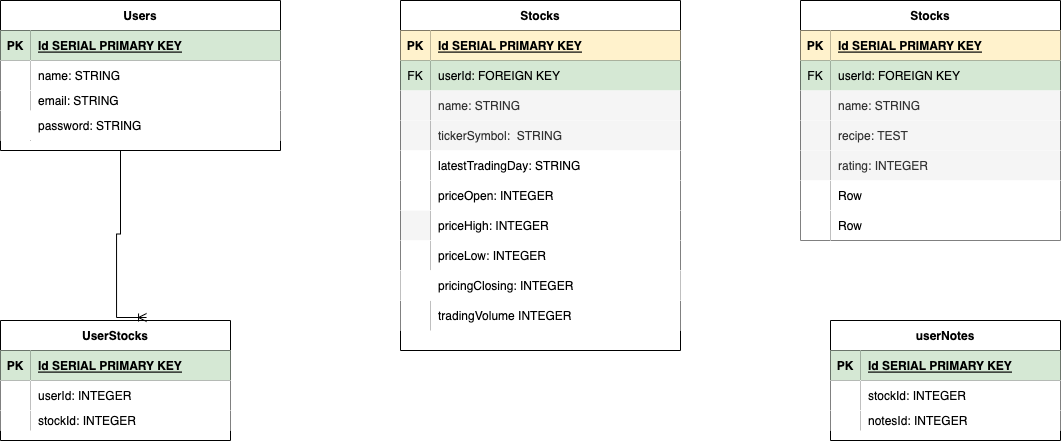
The draw.io diagram ERD.drawio.png in Professorsurf/Project-2, before a commit. Source tidied: cells renumbered, new cells last; positions are measured from the earlier drawing's top-left corner, leaving out a move shared by most shapes.
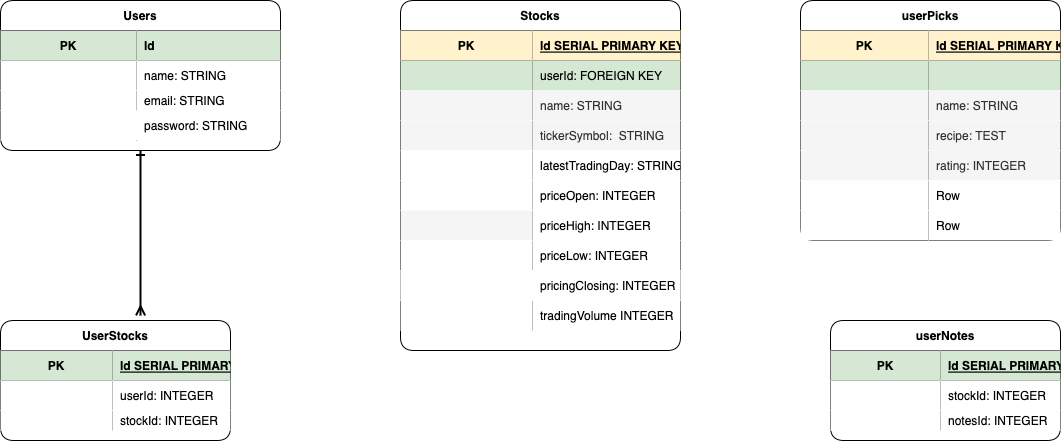
After the commit.

What changed in the source:
```diff
@@ -1,2 +1,2 @@
-<mxGraphModel>
+<mxGraphModel background="#FFFFFF">
   <root>
@@ -4,3 +4,6 @@
     <mxCell id="1" parent="0" />
+    <mxCell id="89" style="edgeStyle=orthogonalEdgeStyle;rounded=0;jettySize=auto;html=1;exitX=0.5;exitY=1;exitDx=0;exitDy=0;entryX=0.609;entryY=-0.042;entryDx=0;entryDy=0;entryPerimeter=0;strokeWidth=2;endArrow=ERmany;endFill=0;startArrow=ERone;startFill=0;" parent="1" edge="1" source="2" target="46">
+      <mxGeometry relative="1" as="geometry" />
+    </mxCell>
-    <mxCell id="2" value="Users" style="shape=table;startSize=30;rowLines=0;fontStyle=1;align=center;rounded=0;" parent="1" vertex="1">
+    <mxCell id="2" value="Users" style="shape=table;startSize=30;rowLines=0;fontStyle=1;align=center;rounded=1;" parent="1" vertex="1">
       <mxGeometry width="280" height="150" as="geometry" />
@@ -11,6 +14,6 @@
     <mxCell id="4" value="PK" style="shape=partialRectangle;fillColor=#d5e8d4;top=0;left=0;bottom=0;right=0;fontStyle=1;overflow=hidden;strokeColor=#82b366;rounded=0;" parent="3" vertex="1">
-      <mxGeometry width="30" height="30" as="geometry" />
+      <mxGeometry width="136" height="30" as="geometry" />
     </mxCell>
-    <mxCell id="5" value="Id SERIAL PRIMARY KEY" style="shape=partialRectangle;fillColor=#d5e8d4;top=0;left=0;bottom=0;right=0;align=left;spacingLeft=6;fontStyle=5;overflow=hidden;strokeColor=#82b366;rounded=0;" parent="3" vertex="1">
-      <mxGeometry x="30" width="250" height="30" as="geometry" />
+    <mxCell id="5" value="Id" style="shape=partialRectangle;fillColor=#d5e8d4;top=0;left=0;bottom=0;right=0;align=left;spacingLeft=6;fontStyle=1;overflow=hidden;strokeColor=#82b366;rounded=0;" parent="3" vertex="1">
+      <mxGeometry x="136" width="144" height="30" as="geometry" />
     </mxCell>
@@ -20,6 +23,6 @@
     <mxCell id="7" style="shape=partialRectangle;top=0;left=0;bottom=0;right=0;overflow=hidden;" parent="6" vertex="1">
-      <mxGeometry width="30" height="30" as="geometry" />
+      <mxGeometry width="136" height="30" as="geometry" />
     </mxCell>
     <mxCell id="8" value="name: STRING" style="shape=partialRectangle;top=0;left=0;bottom=0;right=0;align=left;spacingLeft=6;overflow=hidden;" parent="6" vertex="1">
-      <mxGeometry x="30" width="250" height="30" as="geometry" />
+      <mxGeometry x="136" width="144" height="30" as="geometry" />
     </mxCell>
@@ -29,6 +32,6 @@
     <mxCell id="10" style="shape=partialRectangle;top=0;left=0;bottom=0;right=0;overflow=hidden;rounded=0;" parent="9" vertex="1">
-      <mxGeometry width="30" height="20" as="geometry" />
+      <mxGeometry width="136" height="20" as="geometry" />
     </mxCell>
     <mxCell id="11" value="email: STRING" style="shape=partialRectangle;top=0;left=0;bottom=0;right=0;align=left;spacingLeft=6;overflow=hidden;rounded=0;" parent="9" vertex="1">
-      <mxGeometry x="30" width="250" height="20" as="geometry" />
+      <mxGeometry x="136" width="144" height="20" as="geometry" />
     </mxCell>
@@ -38,8 +41,8 @@
     <mxCell id="13" style="shape=partialRectangle;fillColor=none;top=0;left=0;bottom=0;right=0;overflow=hidden;rounded=0;" parent="12" vertex="1">
-      <mxGeometry width="30" height="30" as="geometry" />
+      <mxGeometry width="136" height="30" as="geometry" />
     </mxCell>
     <mxCell id="14" value="password: STRING" style="shape=partialRectangle;fillColor=none;top=0;left=0;bottom=0;right=0;align=left;spacingLeft=6;overflow=hidden;rounded=0;" parent="12" vertex="1">
-      <mxGeometry x="30" width="250" height="30" as="geometry" />
+      <mxGeometry x="136" width="144" height="30" as="geometry" />
     </mxCell>
-    <mxCell id="15" value="Stocks" style="shape=table;startSize=30;rowLines=0;fontStyle=1;align=center;rounded=0;" parent="1" vertex="1">
+    <mxCell id="15" value="Stocks" style="shape=table;startSize=30;rowLines=0;fontStyle=1;align=center;rounded=1;shadow=0;" parent="1" vertex="1">
       <mxGeometry x="400" width="280" height="350" as="geometry" />
@@ -50,6 +53,6 @@
     <mxCell id="17" value="PK" style="shape=partialRectangle;fillColor=#fff2cc;top=0;left=0;bottom=0;right=0;fontStyle=1;overflow=hidden;strokeColor=#d6b656;rounded=0;" parent="16" vertex="1">
-      <mxGeometry width="30" height="30" as="geometry" />
+      <mxGeometry width="132" height="30" as="geometry" />
     </mxCell>
     <mxCell id="18" value="Id SERIAL PRIMARY KEY" style="shape=partialRectangle;fillColor=#fff2cc;top=0;left=0;bottom=0;right=0;align=left;spacingLeft=6;fontStyle=5;overflow=hidden;strokeColor=#d6b656;rounded=0;" parent="16" vertex="1">
-      <mxGeometry x="30" width="250" height="30" as="geometry" />
+      <mxGeometry x="132" width="148" height="30" as="geometry" />
     </mxCell>
@@ -58,7 +61,7 @@
     </mxCell>
-    <mxCell id="20" value="FK" style="shape=partialRectangle;fillColor=#d5e8d4;top=0;left=0;bottom=0;right=0;fontStyle=0;overflow=hidden;strokeColor=#82b366;rounded=0;" parent="19" vertex="1">
-      <mxGeometry width="30" height="30" as="geometry" />
+    <mxCell id="20" style="shape=partialRectangle;fillColor=#d5e8d4;top=0;left=0;bottom=0;right=0;fontStyle=0;overflow=hidden;strokeColor=#82b366;rounded=0;" parent="19" vertex="1">
+      <mxGeometry width="132" height="30" as="geometry" />
     </mxCell>
     <mxCell id="21" value="userId: FOREIGN KEY" style="shape=partialRectangle;fillColor=#d5e8d4;top=0;left=0;bottom=0;right=0;align=left;spacingLeft=6;fontStyle=0;overflow=hidden;strokeColor=#82b366;rounded=0;" parent="19" vertex="1">
-      <mxGeometry x="30" width="250" height="30" as="geometry" />
+      <mxGeometry x="132" width="148" height="30" as="geometry" />
     </mxCell>
@@ -68,6 +71,6 @@
     <mxCell id="23" style="shape=partialRectangle;fillColor=#f5f5f5;top=0;left=0;bottom=0;right=0;overflow=hidden;fontColor=#333333;strokeColor=#666666;rounded=0;" parent="22" vertex="1">
-      <mxGeometry width="30" height="30" as="geometry" />
+      <mxGeometry width="132" height="30" as="geometry" />
     </mxCell>
     <mxCell id="24" value="name: STRING" style="shape=partialRectangle;fillColor=#f5f5f5;top=0;left=0;bottom=0;right=0;align=left;spacingLeft=6;overflow=hidden;fontColor=#333333;strokeColor=#666666;rounded=0;" parent="22" vertex="1">
-      <mxGeometry x="30" width="250" height="30" as="geometry" />
+      <mxGeometry x="132" width="148" height="30" as="geometry" />
     </mxCell>
@@ -77,6 +80,6 @@
     <mxCell id="26" style="shape=partialRectangle;fillColor=#f5f5f5;top=0;left=0;bottom=0;right=0;overflow=hidden;fontColor=#333333;strokeColor=#666666;rounded=0;" parent="25" vertex="1">
-      <mxGeometry width="30" height="30" as="geometry" />
+      <mxGeometry width="132" height="30" as="geometry" />
     </mxCell>
     <mxCell id="27" value="tickerSymbol:  STRING" style="shape=partialRectangle;fillColor=#f5f5f5;top=0;left=0;bottom=0;right=0;align=left;spacingLeft=6;overflow=hidden;fontColor=#333333;strokeColor=#666666;rounded=0;" parent="25" vertex="1">
-      <mxGeometry x="30" width="250" height="30" as="geometry" />
+      <mxGeometry x="132" width="148" height="30" as="geometry" />
     </mxCell>
@@ -86,6 +89,6 @@
     <mxCell id="29" style="shape=partialRectangle;top=0;left=0;bottom=0;right=0;overflow=hidden;rounded=0;" parent="28" vertex="1">
-      <mxGeometry width="30" height="30" as="geometry" />
+      <mxGeometry width="132" height="30" as="geometry" />
     </mxCell>
     <mxCell id="30" value="latestTradingDay: STRING" style="shape=partialRectangle;top=0;left=0;bottom=0;right=0;align=left;spacingLeft=6;overflow=hidden;rounded=0;" parent="28" vertex="1">
-      <mxGeometry x="30" width="250" height="30" as="geometry" />
+      <mxGeometry x="132" width="148" height="30" as="geometry" />
     </mxCell>
@@ -95,6 +98,6 @@
     <mxCell id="32" style="shape=partialRectangle;top=0;left=0;bottom=0;right=0;overflow=hidden;" parent="31" vertex="1">
-      <mxGeometry width="30" height="30" as="geometry" />
+      <mxGeometry width="132" height="30" as="geometry" />
     </mxCell>
     <mxCell id="33" value="priceOpen: INTEGER" style="shape=partialRectangle;top=0;left=0;bottom=0;right=0;align=left;spacingLeft=6;overflow=hidden;" parent="31" vertex="1">
-      <mxGeometry x="30" width="250" height="30" as="geometry" />
+      <mxGeometry x="132" width="148" height="30" as="geometry" />
     </mxCell>
@@ -104,6 +107,6 @@
     <mxCell id="35" style="shape=partialRectangle;fillColor=#f5f5f5;top=0;left=0;bottom=0;right=0;overflow=hidden;fontColor=#333333;strokeColor=#666666;rounded=0;" parent="34" vertex="1">
-      <mxGeometry width="30" height="30" as="geometry" />
+      <mxGeometry width="132" height="30" as="geometry" />
     </mxCell>
     <mxCell id="36" value="priceHigh: INTEGER" style="shape=partialRectangle;top=0;left=0;bottom=0;right=0;align=left;spacingLeft=6;overflow=hidden;rounded=0;" parent="34" vertex="1">
-      <mxGeometry x="30" width="250" height="30" as="geometry" />
+      <mxGeometry x="132" width="148" height="30" as="geometry" />
     </mxCell>
@@ -113,6 +116,6 @@
     <mxCell id="38" style="shape=partialRectangle;top=0;left=0;bottom=0;right=0;overflow=hidden;rounded=0;" parent="37" vertex="1">
-      <mxGeometry width="30" height="30" as="geometry" />
+      <mxGeometry width="132" height="30" as="geometry" />
     </mxCell>
     <mxCell id="39" value="priceLow: INTEGER" style="shape=partialRectangle;top=0;left=0;bottom=0;right=0;align=left;spacingLeft=6;overflow=hidden;rounded=0;" parent="37" vertex="1">
-      <mxGeometry x="30" width="250" height="30" as="geometry" />
+      <mxGeometry x="132" width="148" height="30" as="geometry" />
     </mxCell>
@@ -122,6 +125,6 @@
     <mxCell id="41" style="shape=partialRectangle;top=0;left=0;bottom=0;right=0;overflow=hidden;" parent="40" vertex="1">
-      <mxGeometry width="30" height="30" as="geometry" />
+      <mxGeometry width="132" height="30" as="geometry" />
     </mxCell>
     <mxCell id="42" value="pricingClosing: INTEGER" style="shape=partialRectangle;top=0;left=0;bottom=0;right=0;align=left;spacingLeft=6;overflow=hidden;" parent="40" vertex="1">
-      <mxGeometry x="30" width="250" height="30" as="geometry" />
+      <mxGeometry x="132" width="148" height="30" as="geometry" />
     </mxCell>
@@ -131,8 +134,8 @@
     <mxCell id="44" style="shape=partialRectangle;top=0;left=0;bottom=0;right=0;overflow=hidden;" parent="43" vertex="1">
-      <mxGeometry width="30" height="30" as="geometry" />
+      <mxGeometry width="132" height="30" as="geometry" />
     </mxCell>
     <mxCell id="45" value="tradingVolume INTEGER" style="shape=partialRectangle;top=0;left=0;bottom=0;right=0;align=left;spacingLeft=6;overflow=hidden;" parent="43" vertex="1">
-      <mxGeometry x="30" width="250" height="30" as="geometry" />
+      <mxGeometry x="132" width="148" height="30" as="geometry" />
     </mxCell>
-    <mxCell id="46" value="UserStocks" style="shape=table;startSize=30;rowLines=0;fontStyle=1;align=center;rounded=0;" parent="1" vertex="1">
+    <mxCell id="46" value="UserStocks" style="shape=table;startSize=30;rowLines=0;fontStyle=1;align=center;rounded=1;fillColor=none;" parent="1" vertex="1">
       <mxGeometry y="320" width="230" height="120" as="geometry" />
@@ -143,6 +146,6 @@
     <mxCell id="48" value="PK" style="shape=partialRectangle;fillColor=#d5e8d4;top=0;left=0;bottom=0;right=0;fontStyle=1;overflow=hidden;strokeColor=#82b366;rounded=0;" parent="47" vertex="1">
-      <mxGeometry width="30" height="30" as="geometry" />
+      <mxGeometry width="112" height="30" as="geometry" />
     </mxCell>
     <mxCell id="49" value="Id SERIAL PRIMARY KEY" style="shape=partialRectangle;fillColor=#d5e8d4;top=0;left=0;bottom=0;right=0;align=left;spacingLeft=6;fontStyle=5;overflow=hidden;strokeColor=#82b366;rounded=0;" parent="47" vertex="1">
-      <mxGeometry x="30" width="200" height="30" as="geometry" />
+      <mxGeometry x="112" width="118" height="30" as="geometry" />
     </mxCell>
@@ -152,6 +155,6 @@
     <mxCell id="51" style="shape=partialRectangle;top=0;left=0;bottom=0;right=0;overflow=hidden;" parent="50" vertex="1">
-      <mxGeometry width="30" height="30" as="geometry" />
+      <mxGeometry width="112" height="30" as="geometry" />
     </mxCell>
     <mxCell id="52" value="userId: INTEGER" style="shape=partialRectangle;top=0;left=0;bottom=0;right=0;align=left;spacingLeft=6;overflow=hidden;" parent="50" vertex="1">
-      <mxGeometry x="30" width="200" height="30" as="geometry" />
+      <mxGeometry x="112" width="118" height="30" as="geometry" />
     </mxCell>
@@ -161,8 +164,8 @@
     <mxCell id="54" style="shape=partialRectangle;top=0;left=0;bottom=0;right=0;overflow=hidden;rounded=0;" parent="53" vertex="1">
-      <mxGeometry width="30" height="20" as="geometry" />
+      <mxGeometry width="112" height="20" as="geometry" />
     </mxCell>
     <mxCell id="55" value="stockId: INTEGER" style="shape=partialRectangle;top=0;left=0;bottom=0;right=0;align=left;spacingLeft=6;overflow=hidden;rounded=0;" parent="53" vertex="1">
-      <mxGeometry x="30" width="200" height="20" as="geometry" />
+      <mxGeometry x="112" width="118" height="20" as="geometry" />
     </mxCell>
-    <mxCell id="56" value="userNotes" style="shape=table;startSize=30;rowLines=0;fontStyle=1;align=center;rounded=0;" parent="1" vertex="1">
+    <mxCell id="56" value="userNotes" style="shape=table;startSize=30;rowLines=0;fontStyle=1;align=center;rounded=1;" parent="1" vertex="1">
       <mxGeometry x="830" y="320" width="230" height="120" as="geometry" />
@@ -173,6 +176,6 @@
     <mxCell id="58" value="PK" style="shape=partialRectangle;fillColor=#d5e8d4;top=0;left=0;bottom=0;right=0;fontStyle=1;overflow=hidden;strokeColor=#82b366;rounded=0;" parent="57" vertex="1">
-      <mxGeometry width="30" height="30" as="geometry" />
+      <mxGeometry width="110" height="30" as="geometry" />
     </mxCell>
     <mxCell id="59" value="Id SERIAL PRIMARY KEY" style="shape=partialRectangle;fillColor=#d5e8d4;top=0;left=0;bottom=0;right=0;align=left;spacingLeft=6;fontStyle=5;overflow=hidden;strokeColor=#82b366;rounded=0;" parent="57" vertex="1">
-      <mxGeometry x="30" width="200" height="30" as="geometry" />
+      <mxGeometry x="110" width="120" height="30" as="geometry" />
     </mxCell>
@@ -182,6 +185,6 @@
     <mxCell id="61" style="shape=partialRectangle;top=0;left=0;bottom=0;right=0;overflow=hidden;" parent="60" vertex="1">
-      <mxGeometry width="30" height="30" as="geometry" />
+      <mxGeometry width="110" height="30" as="geometry" />
     </mxCell>
     <mxCell id="62" value="stockId: INTEGER" style="shape=partialRectangle;top=0;left=0;bottom=0;right=0;align=left;spacingLeft=6;overflow=hidden;" parent="60" vertex="1">
-      <mxGeometry x="30" width="200" height="30" as="geometry" />
+      <mxGeometry x="110" width="120" height="30" as="geometry" />
     </mxCell>
@@ -191,8 +194,8 @@
     <mxCell id="64" style="shape=partialRectangle;top=0;left=0;bottom=0;right=0;overflow=hidden;rounded=0;" parent="63" vertex="1">
-      <mxGeometry width="30" height="20" as="geometry" />
+      <mxGeometry width="110" height="20" as="geometry" />
     </mxCell>
     <mxCell id="65" value="notesId: INTEGER" style="shape=partialRectangle;top=0;left=0;bottom=0;right=0;align=left;spacingLeft=6;overflow=hidden;rounded=0;" parent="63" vertex="1">
-      <mxGeometry x="30" width="200" height="20" as="geometry" />
+      <mxGeometry x="110" width="120" height="20" as="geometry" />
     </mxCell>
-    <mxCell id="66" value="Stocks" style="shape=table;startSize=30;rowLines=0;fontStyle=1;align=center;rounded=0;" parent="1" vertex="1">
+    <mxCell id="66" value="userPicks" style="shape=table;startSize=30;rowLines=0;fontStyle=1;align=center;rounded=1;swimlaneLine=1;" parent="1" vertex="1">
       <mxGeometry x="800" width="260" height="240" as="geometry" />
@@ -203,6 +206,6 @@
     <mxCell id="68" value="PK" style="shape=partialRectangle;fillColor=#fff2cc;top=0;left=0;bottom=0;right=0;fontStyle=1;overflow=hidden;strokeColor=#d6b656;rounded=0;" parent="67" vertex="1">
-      <mxGeometry width="30" height="30" as="geometry" />
+      <mxGeometry width="128" height="30" as="geometry" />
     </mxCell>
     <mxCell id="69" value="Id SERIAL PRIMARY KEY" style="shape=partialRectangle;fillColor=#fff2cc;top=0;left=0;bottom=0;right=0;align=left;spacingLeft=6;fontStyle=5;overflow=hidden;strokeColor=#d6b656;rounded=0;" parent="67" vertex="1">
-      <mxGeometry x="30" width="230" height="30" as="geometry" />
+      <mxGeometry x="128" width="132" height="30" as="geometry" />
     </mxCell>
@@ -211,7 +214,7 @@
     </mxCell>
-    <mxCell id="71" value="FK" style="shape=partialRectangle;fillColor=#d5e8d4;top=0;left=0;bottom=0;right=0;fontStyle=0;overflow=hidden;strokeColor=#82b366;rounded=0;" parent="70" vertex="1">
-      <mxGeometry width="30" height="30" as="geometry" />
+    <mxCell id="71" style="shape=partialRectangle;fillColor=#d5e8d4;top=0;left=0;bottom=0;right=0;fontStyle=0;overflow=hidden;strokeColor=#82b366;rounded=0;" parent="70" vertex="1">
+      <mxGeometry width="128" height="30" as="geometry" />
     </mxCell>
-    <mxCell id="72" value="userId: FOREIGN KEY" style="shape=partialRectangle;fillColor=#d5e8d4;top=0;left=0;bottom=0;right=0;align=left;spacingLeft=6;fontStyle=0;overflow=hidden;strokeColor=#82b366;rounded=0;" parent="70" vertex="1">
-      <mxGeometry x="30" width="230" height="30" as="geometry" />
+    <mxCell id="72" style="shape=partialRectangle;fillColor=#d5e8d4;top=0;left=0;bottom=0;right=0;align=left;spacingLeft=6;fontStyle=0;overflow=hidden;strokeColor=#82b366;rounded=0;" parent="70" vertex="1">
+      <mxGeometry x="128" width="132" height="30" as="geometry" />
     </mxCell>
@@ -221,6 +224,6 @@
     <mxCell id="74" style="shape=partialRectangle;fillColor=#f5f5f5;top=0;left=0;bottom=0;right=0;overflow=hidden;fontColor=#333333;strokeColor=#666666;rounded=0;" parent="73" vertex="1">
-      <mxGeometry width="30" height="30" as="geometry" />
+      <mxGeometry width="128" height="30" as="geometry" />
     </mxCell>
     <mxCell id="75" value="name: STRING" style="shape=partialRectangle;fillColor=#f5f5f5;top=0;left=0;bottom=0;right=0;align=left;spacingLeft=6;overflow=hidden;fontColor=#333333;strokeColor=#666666;rounded=0;" parent="73" vertex="1">
-      <mxGeometry x="30" width="230" height="30" as="geometry" />
+      <mxGeometry x="128" width="132" height="30" as="geometry" />
     </mxCell>
@@ -230,6 +233,6 @@
     <mxCell id="77" style="shape=partialRectangle;fillColor=#f5f5f5;top=0;left=0;bottom=0;right=0;overflow=hidden;fontColor=#333333;strokeColor=#666666;rounded=0;" parent="76" vertex="1">
-      <mxGeometry width="30" height="30" as="geometry" />
+      <mxGeometry width="128" height="30" as="geometry" />
     </mxCell>
     <mxCell id="78" value="recipe: TEST" style="shape=partialRectangle;fillColor=#f5f5f5;top=0;left=0;bottom=0;right=0;align=left;spacingLeft=6;overflow=hidden;fontColor=#333333;strokeColor=#666666;rounded=0;" parent="76" vertex="1">
-      <mxGeometry x="30" width="230" height="30" as="geometry" />
+      <mxGeometry x="128" width="132" height="30" as="geometry" />
     </mxCell>
@@ -239,6 +242,6 @@
     <mxCell id="80" style="shape=partialRectangle;fillColor=#f5f5f5;top=0;left=0;bottom=0;right=0;overflow=hidden;fontColor=#333333;strokeColor=#666666;rounded=0;" parent="79" vertex="1">
-      <mxGeometry width="30" height="30" as="geometry" />
+      <mxGeometry width="128" height="30" as="geometry" />
     </mxCell>
     <mxCell id="81" value="rating: INTEGER" style="shape=partialRectangle;fillColor=#f5f5f5;top=0;left=0;bottom=0;right=0;align=left;spacingLeft=6;overflow=hidden;fontColor=#333333;strokeColor=#666666;rounded=0;" parent="79" vertex="1">
-      <mxGeometry x="30" width="230" height="30" as="geometry" />
+      <mxGeometry x="128" width="132" height="30" as="geometry" />
     </mxCell>
@@ -248,6 +251,6 @@
     <mxCell id="83" style="shape=partialRectangle;top=0;left=0;bottom=0;right=0;overflow=hidden;rounded=0;" parent="82" vertex="1">
-      <mxGeometry width="30" height="30" as="geometry" />
+      <mxGeometry width="128" height="30" as="geometry" />
     </mxCell>
     <mxCell id="84" value="Row" style="shape=partialRectangle;top=0;left=0;bottom=0;right=0;align=left;spacingLeft=6;overflow=hidden;rounded=0;" parent="82" vertex="1">
-      <mxGeometry x="30" width="230" height="30" as="geometry" />
+      <mxGeometry x="128" width="132" height="30" as="geometry" />
     </mxCell>
@@ -257,12 +260,7 @@
     <mxCell id="86" style="shape=partialRectangle;top=0;left=0;bottom=0;right=0;overflow=hidden;rounded=0;" parent="85" vertex="1">
-      <mxGeometry width="30" height="30" as="geometry" />
+      <mxGeometry width="128" height="30" as="geometry" />
     </mxCell>
     <mxCell id="87" value="Row" style="shape=partialRectangle;top=0;left=0;bottom=0;right=0;align=left;spacingLeft=6;overflow=hidden;rounded=0;" parent="85" vertex="1">
-      <mxGeometry x="30" width="230" height="30" as="geometry" />
+      <mxGeometry x="128" width="132" height="30" as="geometry" />
     </mxCell>
-    <mxCell id="88" style="edgeStyle=entityRelationEdgeStyle;fontSize=12;html=1;endArrow=ERoneToMany;rounded=0;entryX=0.635;entryY=-0.025;entryDx=0;entryDy=0;entryPerimeter=0;" parent="1" edge="1" target="46">
-      <mxGeometry relative="1" as="geometry">
-        <mxPoint x="90" y="150" as="sourcePoint" />
-      </mxGeometry>
-    </mxCell>
   </root>
```
